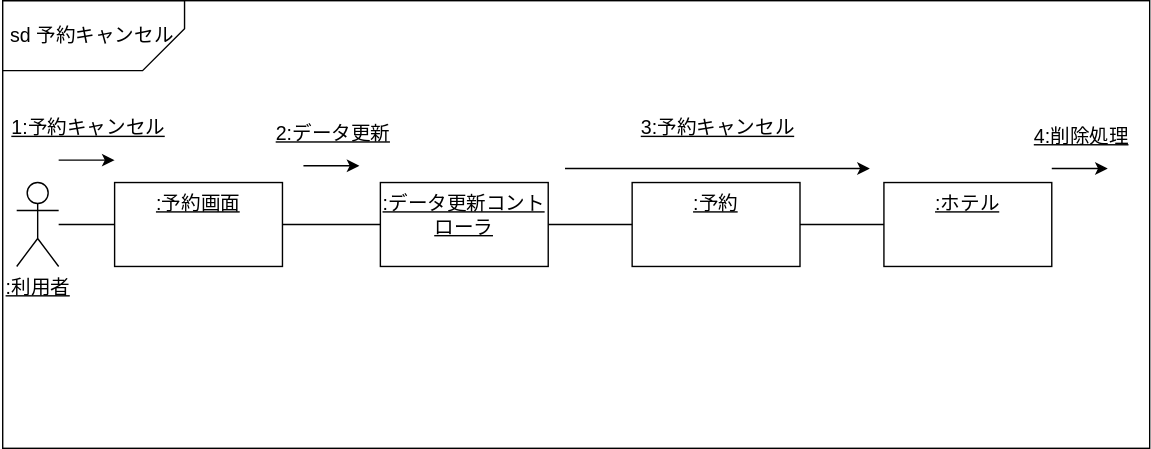
Ragamn/uml-introduction keeps this draw.io diagram as 演習５-2_CD_予約登録削除.drawio.svg. Above is the earlier version. Source tidied: cells renumbered, new cells last; positions are measured from the earlier drawing's top-left corner, leaving out a move shared by most shapes.
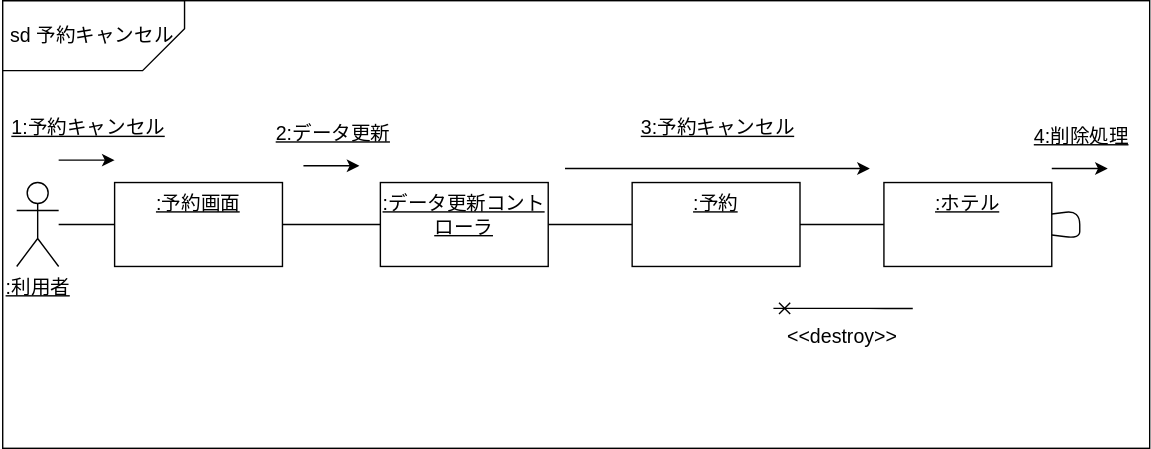
Above is the later version.

Diff of the diagram source:
```diff
@@ -63,6 +63,19 @@
         <mxPoint x="-9" y="-25" as="offset" />
       </mxGeometry>
     </mxCell>
+    <mxCell id="23" style="edgeStyle=none;html=1;fontSize=14;endArrow=none;endFill=0;" parent="2" edge="1" source="7" target="7">
+      <mxGeometry relative="1" as="geometry" />
+    </mxCell>
+    <mxCell id="24" value="&amp;lt;&amp;lt;destroy&amp;gt;&amp;gt;" style="endArrow=none;html=1;fontSize=14;entryX=0.841;entryY=0.844;entryDx=0;entryDy=0;entryPerimeter=0;startArrow=cross;startFill=0;" parent="2" edge="1">
+      <mxGeometry x="-0.02" y="-20" relative="1" as="geometry">
+        <mxPoint x="552" y="220" as="sourcePoint" />
+        <mxPoint x="651.6" y="220.1" as="targetPoint" />
+        <Array as="points">
+          <mxPoint x="612" y="220" />
+          <mxPoint x="622" y="220" />
+        </Array>
+      </mxGeometry>
+    </mxCell>
     <mxCell id="19" style="endArrow=classic;html=1;fontSize=14;" parent="1" edge="1">
       <mxGeometry relative="1" as="geometry">
         <mxPoint x="216" y="158" as="sourcePoint" />
```
